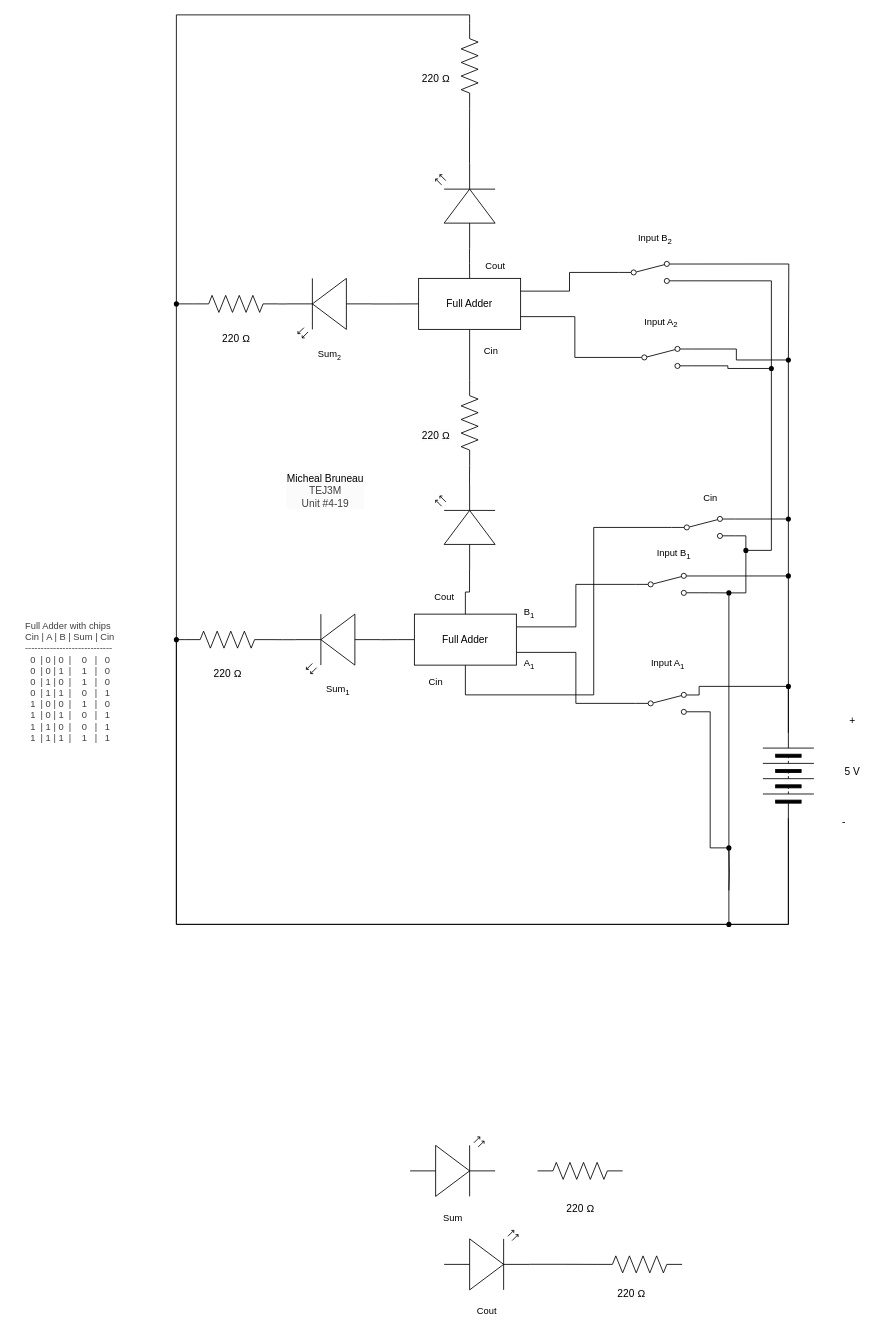
Earlier version of the draw.io diagram TEJ3M 4-19/schematic_diagram.drawio (michael-bruneau/TEJ3M-Unit-4). Source tidied: cells renumbered, new cells numbered last; positions are measured from the earlier drawing's top-left corner, leaving out a move shared by most shapes. Both pictures are drawn from the tidied source at 85%, with x=0, y=0 at pixel (14, 57).
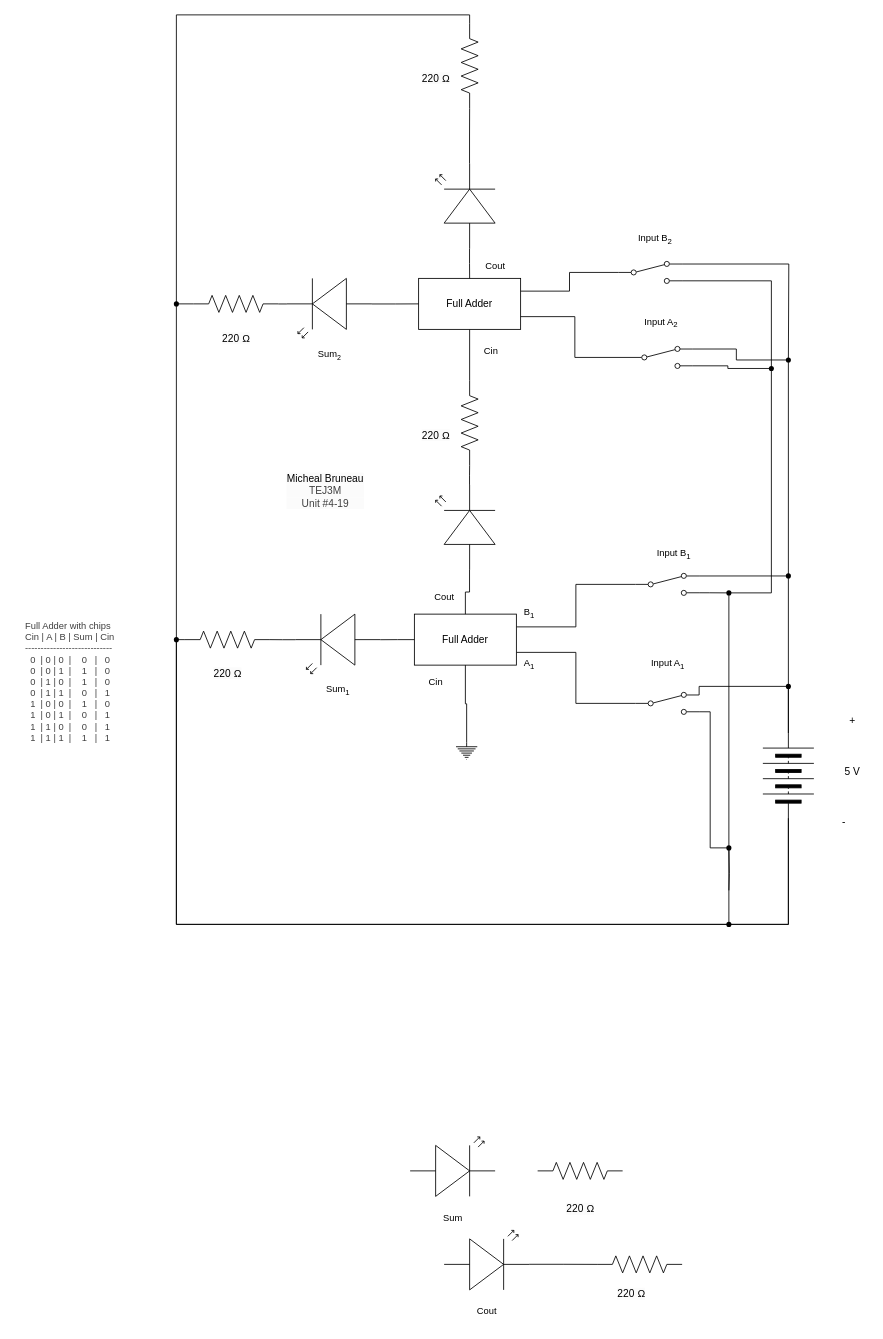
The same page after the edit.

The change refers to these unchanged cells:
```xml
<mxCell id="32" style="shape=waypoint;sketch=0;fillStyle=solid;size=6;points=[];fillColor=none;perimeter=centerPerimeter;snapToPoint=1;fontFamily=Helvetica;fontSize=11;fontColor=default;labelBackgroundColor=default;" parent="1" vertex="1">
  <mxGeometry x="900" y="600" width="20" height="20" as="geometry" />
</mxCell>
<mxCell id="45" value="Full Adder" style="rounded=0;whiteSpace=wrap;html=1;" parent="1" vertex="1">
  <mxGeometry x="470" y="655" width="120" height="60" as="geometry" />
</mxCell>
<mxCell id="61" style="shape=waypoint;sketch=0;fillStyle=solid;size=6;points=[];fillColor=none;perimeter=centerPerimeter;snapToPoint=1;fontFamily=Helvetica;fontSize=11;fontColor=default;labelBackgroundColor=default;" parent="1" vertex="1">
  <mxGeometry x="900" y="346" width="20" height="20" as="geometry" />
</mxCell>
<mxCell id="68" style="shape=waypoint;sketch=0;fillStyle=solid;size=6;points=[];fillColor=none;perimeter=centerPerimeter;snapToPoint=1;fontFamily=Helvetica;fontSize=11;fontColor=default;labelBackgroundColor=default;" parent="1" vertex="1">
  <mxGeometry x="830" y="620" width="20" height="20" as="geometry" />
</mxCell>
<mxCell id="73" style="shape=waypoint;sketch=0;fillStyle=solid;size=6;points=[];fillColor=none;perimeter=centerPerimeter;snapToPoint=1;fontFamily=Helvetica;fontSize=11;fontColor=default;labelBackgroundColor=default;" parent="1" vertex="1">
  <mxGeometry x="880" y="356" width="20" height="20" as="geometry" />
</mxCell>
```

Change to the diagram source:
```diff
@@
-    <mxCell id="29" style="edgeStyle=orthogonalEdgeStyle;shape=connector;rounded=0;html=1;exitX=0;exitY=0.5;exitDx=0;exitDy=0;entryX=0.5;entryY=1;entryDx=0;entryDy=0;strokeColor=default;align=center;verticalAlign=middle;fontFamily=Helvetica;fontSize=11;fontColor=default;labelBackgroundColor=default;endArrow=none;endFill=0;" parent="1" edge="1" source="30" target="45">
-      <mxGeometry relative="1" as="geometry">
-        <Array as="points">
-          <mxPoint x="681" y="553" />
-          <mxPoint x="681" y="750" />
-          <mxPoint x="530" y="750" />
-        </Array>
-      </mxGeometry>
-    </mxCell>
-    <mxCell id="30" style="html=1;shape=mxgraph.electrical.electro-mechanical.twoWaySwitch;elSwitchState=2;" parent="1" vertex="1">
-      <mxGeometry x="772.5" y="540" width="75" height="26" as="geometry" />
-    </mxCell>
-    <mxCell id="31" value="Cin" style="text;html=1;align=center;verticalAlign=middle;strokeColor=none;fillColor=none;fontFamily=Helvetica;fontSize=11;fontColor=default;labelBackgroundColor=default;" parent="1" vertex="1">
-      <mxGeometry x="797.5" y="503" width="40" height="30" as="geometry" />
-    </mxCell>
@@
-    <mxCell id="33" style="edgeStyle=orthogonalEdgeStyle;html=1;exitX=1;exitY=0.12;exitDx=0;exitDy=0;entryX=0.458;entryY=-0.025;entryDx=0;entryDy=0;entryPerimeter=0;rounded=0;endArrow=none;endFill=0;" parent="1" edge="1" source="30" target="32">
-      <mxGeometry relative="1" as="geometry" />
-    </mxCell>
@@
-    <mxCell id="56" style="shape=waypoint;sketch=0;fillStyle=solid;size=6;points=[];fillColor=none;perimeter=centerPerimeter;snapToPoint=1;" parent="1" vertex="1">
-      <mxGeometry x="900" y="533" width="20" height="20" as="geometry" />
-    </mxCell>
-    <mxCell id="57" style="edgeStyle=orthogonalEdgeStyle;shape=connector;rounded=0;html=1;exitDx=0;exitDy=0;entryX=0.65;entryY=0.9;entryDx=0;entryDy=0;entryPerimeter=0;strokeColor=default;align=center;verticalAlign=middle;fontFamily=Helvetica;fontSize=11;fontColor=default;labelBackgroundColor=default;endArrow=none;endFill=0;" parent="1" edge="1" source="61" target="56">
+    <mxCell id="57" style="edgeStyle=orthogonalEdgeStyle;shape=connector;rounded=0;html=1;exitDx=0;exitDy=0;entryX=0.45;entryY=0.1;entryDx=0;entryDy=0;entryPerimeter=0;strokeColor=default;align=center;verticalAlign=middle;fontFamily=Helvetica;fontSize=11;fontColor=default;labelBackgroundColor=default;endArrow=none;endFill=0;" parent="1" edge="1" source="61" target="32">
       <mxGeometry relative="1" as="geometry" />
     </mxCell>
@@
-    <mxCell id="69" style="edgeStyle=orthogonalEdgeStyle;shape=connector;rounded=0;html=1;exitX=1;exitY=0.88;exitDx=0;exitDy=0;entryX=0.8;entryY=0.55;entryDx=0;entryDy=0;entryPerimeter=0;strokeColor=default;align=center;verticalAlign=middle;fontFamily=Helvetica;fontSize=11;fontColor=default;labelBackgroundColor=default;endArrow=none;endFill=0;" parent="1" edge="1" source="30" target="68">
-      <mxGeometry relative="1" as="geometry">
-        <Array as="points">
-          <mxPoint x="860" y="563" />
-          <mxPoint x="860" y="630" />
-        </Array>
-      </mxGeometry>
-    </mxCell>
-    <mxCell id="70" style="shape=waypoint;sketch=0;fillStyle=solid;size=6;points=[];fillColor=none;perimeter=centerPerimeter;snapToPoint=1;fontFamily=Helvetica;fontSize=11;fontColor=default;labelBackgroundColor=default;" parent="1" vertex="1">
-      <mxGeometry x="850" y="570" width="20" height="20" as="geometry" />
-    </mxCell>
-    <mxCell id="71" style="edgeStyle=orthogonalEdgeStyle;shape=connector;rounded=0;html=1;exitDx=0;exitDy=0;entryX=0.85;entryY=0.5;entryDx=0;entryDy=0;entryPerimeter=0;strokeColor=default;align=center;verticalAlign=middle;fontFamily=Helvetica;fontSize=11;fontColor=default;labelBackgroundColor=default;endArrow=none;endFill=0;" parent="1" edge="1" source="73" target="70">
+    <mxCell id="71" style="edgeStyle=orthogonalEdgeStyle;shape=connector;rounded=0;html=1;exitDx=0;exitDy=0;entryX=0.75;entryY=0.2;entryDx=0;entryDy=0;entryPerimeter=0;strokeColor=default;align=center;verticalAlign=middle;fontFamily=Helvetica;fontSize=11;fontColor=default;labelBackgroundColor=default;endArrow=none;endFill=0;" parent="1" edge="1" source="73" target="68">
       <mxGeometry relative="1" as="geometry">
         <Array as="points">
-          <mxPoint x="890" y="363" />
-          <mxPoint x="890" y="580" />
+          <mxPoint x="890" y="630" />
         </Array>
       </mxGeometry>
     </mxCell>
@@
+    <mxCell id="93" style="verticalLabelPosition=bottom;shadow=0;dashed=0;align=center;html=1;verticalAlign=top;shape=mxgraph.electrical.signal_sources.protective_earth;" parent="1" vertex="1">
+      <mxGeometry x="519" y="806" width="25" height="20" as="geometry" />
+    </mxCell>
+    <mxCell id="94" style="edgeStyle=orthogonalEdgeStyle;html=1;exitX=0.5;exitY=1;exitDx=0;exitDy=0;entryX=0.5;entryY=0;entryDx=0;entryDy=0;entryPerimeter=0;endArrow=none;endFill=0;rounded=0;" parent="1" edge="1" source="45" target="93">
+      <mxGeometry relative="1" as="geometry" />
+    </mxCell>
```
